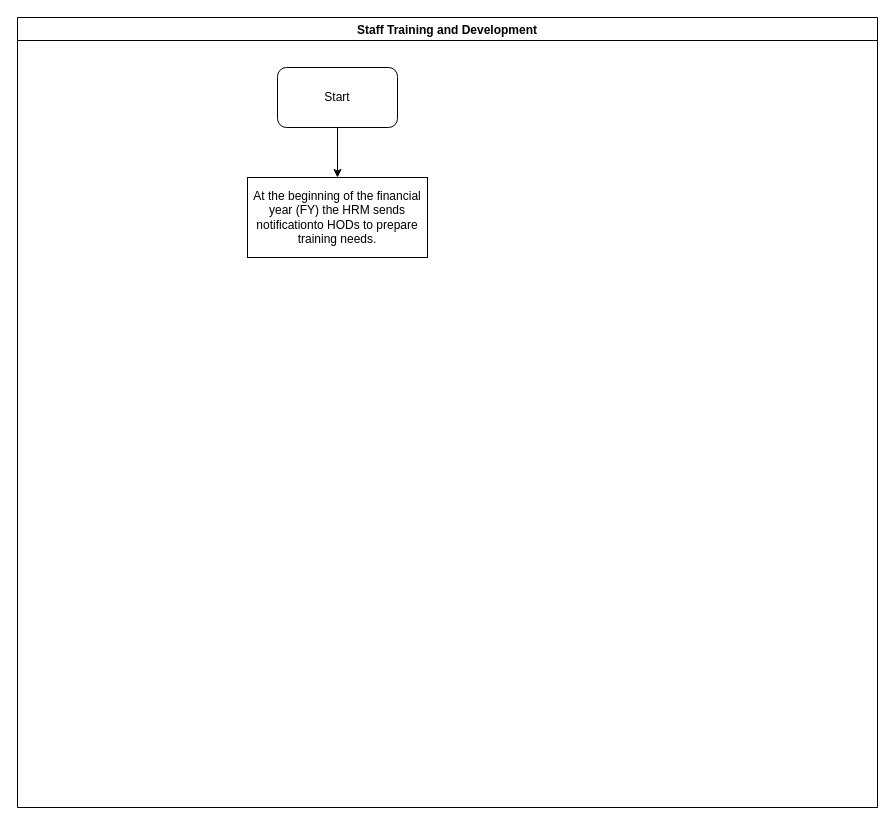
This is TPF-HR- Staff Training and Development.drawio from kmagua/flowcharts, a draw.io file, before an edit. Source tidied: cells renumbered, new cells numbered last; positions are measured from the earlier drawing's top-left corner, leaving out a move shared by most shapes. Both pictures are drawn from the tidied source at 100%, with x=0, y=0 at pixel (17, 17).
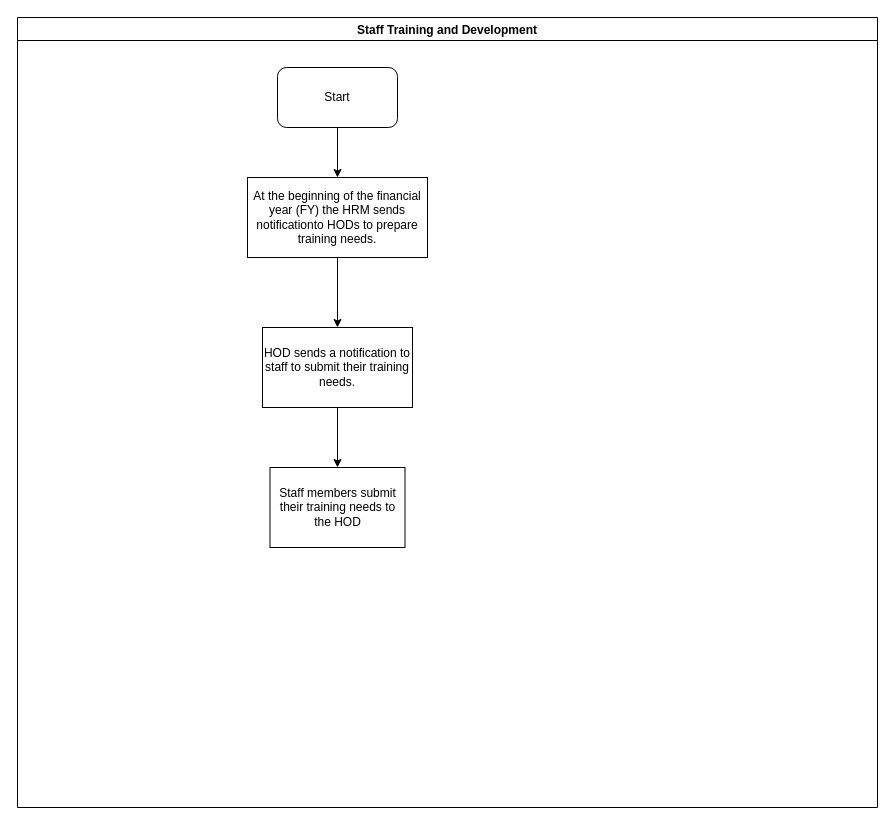
Above is the later version.

The edit, as a diff of the source:
```diff
@@
 <mxGraphModel>
   <root>
     <mxCell id="0" />
     <mxCell id="1" parent="0" />
     <mxCell id="2" value="Staff Training and Development " style="swimlane;" parent="1" vertex="1">
       <mxGeometry width="860" height="790" as="geometry" />
     </mxCell>
     <mxCell id="3" value="Start" style="rounded=1;whiteSpace=wrap;html=1;" parent="2" vertex="1">
       <mxGeometry x="260" y="50" width="120" height="60" as="geometry" />
     </mxCell>
+    <mxCell id="6" style="edgeStyle=orthogonalEdgeStyle;rounded=0;jettySize=auto;html=1;" parent="2" edge="1" source="4" target="8">
+      <mxGeometry relative="1" as="geometry" />
+    </mxCell>
     <mxCell id="4" value="&lt;span lang=&quot;EN-GB&quot;&gt;At the beginning of the financial year (FY) the HRM sends notificationto HODs to &lt;span&gt;prepare&lt;/span&gt; training needs.&lt;/span&gt;" style="rounded=0;whiteSpace=wrap;html=1;" parent="2" vertex="1">
       <mxGeometry x="230" y="160" width="180" height="80" as="geometry" />
     </mxCell>
     <mxCell id="5" style="edgeStyle=orthogonalEdgeStyle;rounded=0;jettySize=auto;html=1;" parent="2" edge="1" source="3" target="4">
       <mxGeometry relative="1" as="geometry" />
     </mxCell>
+    <mxCell id="7" style="edgeStyle=orthogonalEdgeStyle;rounded=0;jettySize=auto;html=1;" parent="2" edge="1" source="8" target="9">
+      <mxGeometry relative="1" as="geometry" />
+    </mxCell>
+    <mxCell id="8" value="&lt;span lang=&quot;EN-GB&quot;&gt;HOD sends a notification to staff to submit their training needs.&lt;/span&gt;" style="rounded=0;whiteSpace=wrap;html=1;" parent="2" vertex="1">
+      <mxGeometry x="245" y="310" width="150" height="80" as="geometry" />
+    </mxCell>
+    <mxCell id="9" value="&lt;span lang=&quot;EN-GB&quot;&gt;Staff members submit their training needs to the HOD&lt;/span&gt;" style="rounded=0;whiteSpace=wrap;html=1;" parent="2" vertex="1">
+      <mxGeometry x="252.5" y="450" width="135" height="80" as="geometry" />
+    </mxCell>
   </root>
 </mxGraphModel>
```
